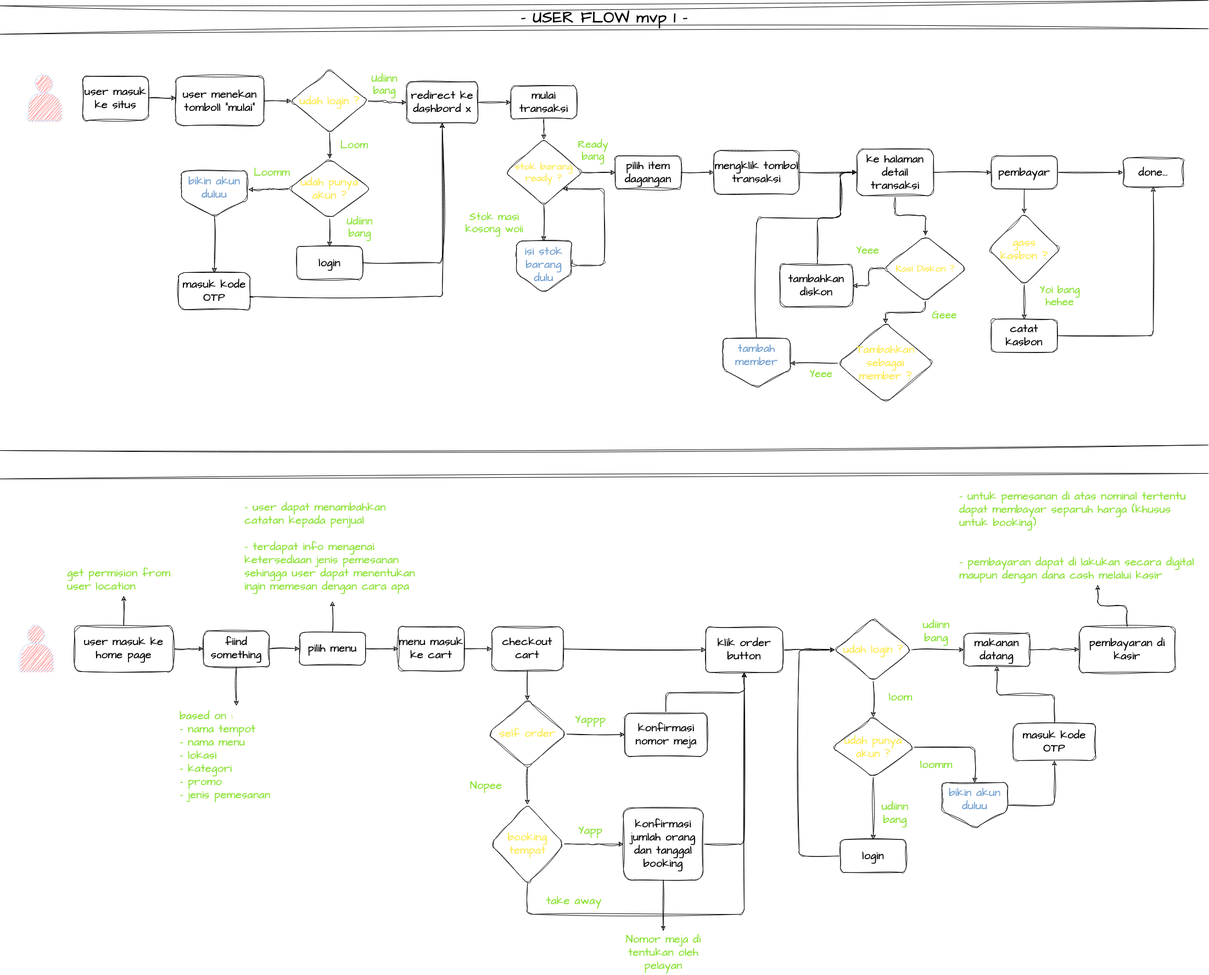
Before: Untitled Diagram.drawio.png, a diagram exported from draw.io (Petrichor-Dev/mypos). Source tidied: cells renumbered, new cells last; positions are measured from the earlier drawing's top-left corner, leaving out a move shared by most shapes.
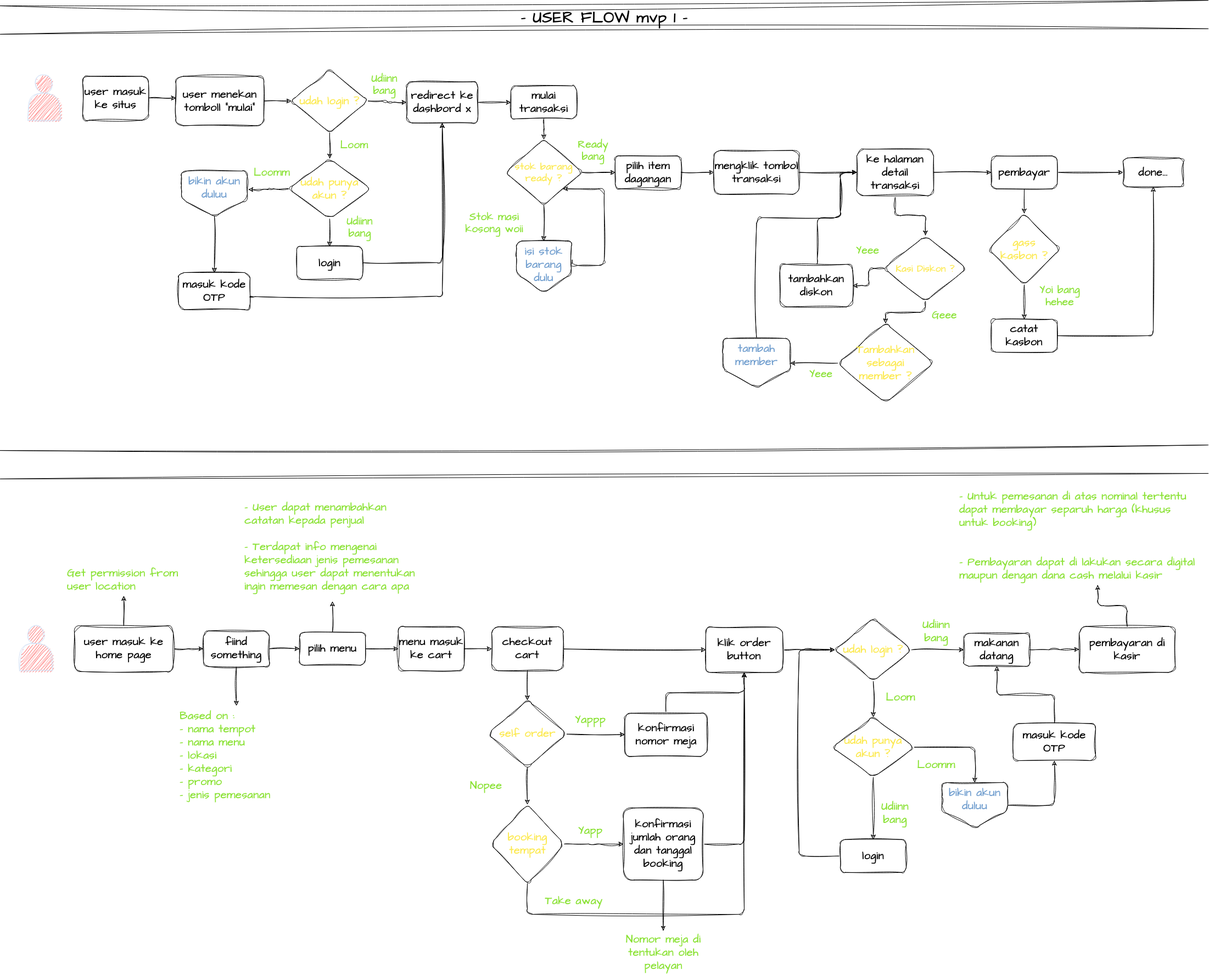
After the change.

The edit, as a diff of the source:
```diff
@@ -286,16 +286,16 @@
     <mxCell id="84" value="&lt;font color=&quot;#fce94f&quot;&gt;udah login ?&lt;/font&gt;" style="rhombus;whiteSpace=wrap;html=1;fontSize=20;fontFamily=Architects Daughter;rounded=1;sketch=1;curveFitting=1;jiggle=2;hachureGap=4;fontSource=https%3A%2F%2Ffonts.googleapis.com%2Fcss%3Ffamily%3DArchitects%2BDaughter;labelBackgroundColor=none;fontStyle=1;" parent="1" vertex="1">
       <mxGeometry x="1520" y="1099.6" width="140" height="115" as="geometry" />
     </mxCell>
-    <mxCell id="85" value="&lt;font style=&quot;font-size: 20px;&quot; color=&quot;#8ae234&quot;&gt;udiinn bang&lt;/font&gt;" style="text;strokeColor=none;align=center;fillColor=none;html=1;verticalAlign=middle;whiteSpace=wrap;rounded=0;sketch=1;hachureGap=4;jiggle=2;curveFitting=1;fontFamily=Architects Daughter;fontSource=https%3A%2F%2Ffonts.googleapis.com%2Fcss%3Ffamily%3DArchitects%2BDaughter;fontSize=19;labelBackgroundColor=none;fontStyle=1;" parent="1" vertex="1">
+    <mxCell id="85" value="&lt;font style=&quot;font-size: 20px;&quot; color=&quot;#8ae234&quot;&gt;Udiinn bang&lt;/font&gt;" style="text;strokeColor=none;align=center;fillColor=none;html=1;verticalAlign=middle;whiteSpace=wrap;rounded=0;sketch=1;hachureGap=4;jiggle=2;curveFitting=1;fontFamily=Architects Daughter;fontSource=https%3A%2F%2Ffonts.googleapis.com%2Fcss%3Ffamily%3DArchitects%2BDaughter;fontSize=19;labelBackgroundColor=none;fontStyle=1;" parent="1" vertex="1">
       <mxGeometry x="1585" y="1440.2" width="90" height="30" as="geometry" />
     </mxCell>
-    <mxCell id="86" value="&lt;font style=&quot;font-size: 20px;&quot; color=&quot;#8ae234&quot;&gt;udiinn bang&lt;/font&gt;" style="text;strokeColor=none;align=center;fillColor=none;html=1;verticalAlign=middle;whiteSpace=wrap;rounded=0;sketch=1;hachureGap=4;jiggle=2;curveFitting=1;fontFamily=Architects Daughter;fontSource=https%3A%2F%2Ffonts.googleapis.com%2Fcss%3Ffamily%3DArchitects%2BDaughter;fontSize=19;labelBackgroundColor=none;fontStyle=1;" parent="1" vertex="1">
+    <mxCell id="86" value="&lt;font style=&quot;font-size: 20px;&quot; color=&quot;#8ae234&quot;&gt;Udiinn bang&lt;/font&gt;" style="text;strokeColor=none;align=center;fillColor=none;html=1;verticalAlign=middle;whiteSpace=wrap;rounded=0;sketch=1;hachureGap=4;jiggle=2;curveFitting=1;fontFamily=Architects Daughter;fontSource=https%3A%2F%2Ffonts.googleapis.com%2Fcss%3Ffamily%3DArchitects%2BDaughter;fontSize=19;labelBackgroundColor=none;fontStyle=1;" parent="1" vertex="1">
       <mxGeometry x="1675" y="1109" width="60" height="30" as="geometry" />
     </mxCell>
-    <mxCell id="87" value="&lt;font style=&quot;font-size: 20px;&quot; color=&quot;#8ae234&quot;&gt;loomm&lt;/font&gt;" style="text;strokeColor=none;align=center;fillColor=none;html=1;verticalAlign=middle;whiteSpace=wrap;rounded=0;sketch=1;hachureGap=4;jiggle=2;curveFitting=1;fontFamily=Architects Daughter;fontSource=https%3A%2F%2Ffonts.googleapis.com%2Fcss%3Ffamily%3DArchitects%2BDaughter;fontSize=19;labelBackgroundColor=none;fontStyle=1;" parent="1" vertex="1">
+    <mxCell id="87" value="&lt;font style=&quot;font-size: 20px;&quot; color=&quot;#8ae234&quot;&gt;Loomm&lt;/font&gt;" style="text;strokeColor=none;align=center;fillColor=none;html=1;verticalAlign=middle;whiteSpace=wrap;rounded=0;sketch=1;hachureGap=4;jiggle=2;curveFitting=1;fontFamily=Architects Daughter;fontSource=https%3A%2F%2Ffonts.googleapis.com%2Fcss%3Ffamily%3DArchitects%2BDaughter;fontSize=19;labelBackgroundColor=none;fontStyle=1;" parent="1" vertex="1">
       <mxGeometry x="1675" y="1351.5" width="60" height="30" as="geometry" />
     </mxCell>
-    <mxCell id="88" value="&lt;font style=&quot;font-size: 20px;&quot; color=&quot;#8ae234&quot;&gt;loom&lt;/font&gt;" style="text;strokeColor=none;align=center;fillColor=none;html=1;verticalAlign=middle;whiteSpace=wrap;rounded=0;sketch=1;hachureGap=4;jiggle=2;curveFitting=1;fontFamily=Architects Daughter;fontSource=https%3A%2F%2Ffonts.googleapis.com%2Fcss%3Ffamily%3DArchitects%2BDaughter;fontSize=19;labelBackgroundColor=none;fontStyle=1;" parent="1" vertex="1">
+    <mxCell id="88" value="&lt;font style=&quot;font-size: 20px;&quot; color=&quot;#8ae234&quot;&gt;Loom&lt;/font&gt;" style="text;strokeColor=none;align=center;fillColor=none;html=1;verticalAlign=middle;whiteSpace=wrap;rounded=0;sketch=1;hachureGap=4;jiggle=2;curveFitting=1;fontFamily=Architects Daughter;fontSource=https%3A%2F%2Ffonts.googleapis.com%2Fcss%3Ffamily%3DArchitects%2BDaughter;fontSize=19;labelBackgroundColor=none;fontStyle=1;" parent="1" vertex="1">
       <mxGeometry x="1610" y="1229" width="60" height="30" as="geometry" />
     </mxCell>
     <mxCell id="89" style="edgeStyle=orthogonalEdgeStyle;rounded=1;sketch=1;hachureGap=4;jiggle=2;curveFitting=1;jettySize=auto;html=1;labelBorderColor=#c17d11;fontFamily=Architects Daughter;fontSource=https%3A%2F%2Ffonts.googleapis.com%2Fcss%3Ffamily%3DArchitects%2BDaughter;fontSize=16;fontColor=#8ae234;entryX=0.5;entryY=1;entryDx=0;entryDy=0;" parent="1" edge="1" source="90" target="124">
@@ -332,7 +332,7 @@
     <mxCell id="97" value="login" style="whiteSpace=wrap;html=1;fontSize=20;fontFamily=Architects Daughter;rounded=1;sketch=1;curveFitting=1;jiggle=2;hachureGap=4;fontSource=https%3A%2F%2Ffonts.googleapis.com%2Fcss%3Ffamily%3DArchitects%2BDaughter;labelBackgroundColor=none;fontStyle=1;" parent="1" vertex="1">
       <mxGeometry x="1530" y="1502.8" width="120" height="60" as="geometry" />
     </mxCell>
-    <mxCell id="98" value="&lt;div&gt;&lt;font color=&quot;#8ae234&quot;&gt;&lt;span&gt;based on :&lt;/span&gt;&lt;/font&gt;&lt;/div&gt;&lt;font color=&quot;#8ae234&quot;&gt;- nama tempot&lt;br&gt;- nama menu&lt;br&gt;&lt;/font&gt;&lt;div&gt;&lt;font color=&quot;#8ae234&quot;&gt;- lokasi&lt;/font&gt;&lt;/div&gt;&lt;div&gt;&lt;font color=&quot;#8ae234&quot;&gt;- kategori&lt;/font&gt;&lt;/div&gt;&lt;div&gt;&lt;font color=&quot;#8ae234&quot;&gt;- promo&lt;/font&gt;&lt;/div&gt;&lt;div&gt;&lt;font color=&quot;#8ae234&quot;&gt;- jenis pemesanan&lt;br&gt;&lt;/font&gt;&lt;/div&gt;" style="text;strokeColor=none;align=left;fillColor=none;html=1;verticalAlign=top;whiteSpace=wrap;rounded=0;sketch=1;hachureGap=4;jiggle=2;curveFitting=1;fontFamily=Architects Daughter;fontSource=https%3A%2F%2Ffonts.googleapis.com%2Fcss%3Ffamily%3DArchitects%2BDaughter;fontSize=20;horizontal=1;fontStyle=1;" parent="1" vertex="1">
+    <mxCell id="98" value="&lt;div&gt;&lt;font color=&quot;#8ae234&quot;&gt;&lt;span&gt;Based on :&lt;/span&gt;&lt;/font&gt;&lt;/div&gt;&lt;font color=&quot;#8ae234&quot;&gt;- nama tempot&lt;br&gt;- nama menu&lt;br&gt;&lt;/font&gt;&lt;div&gt;&lt;font color=&quot;#8ae234&quot;&gt;- lokasi&lt;/font&gt;&lt;/div&gt;&lt;div&gt;&lt;font color=&quot;#8ae234&quot;&gt;- kategori&lt;/font&gt;&lt;/div&gt;&lt;div&gt;&lt;font color=&quot;#8ae234&quot;&gt;- promo&lt;/font&gt;&lt;/div&gt;&lt;div&gt;&lt;font color=&quot;#8ae234&quot;&gt;- jenis pemesanan&lt;br&gt;&lt;/font&gt;&lt;/div&gt;" style="text;strokeColor=none;align=left;fillColor=none;html=1;verticalAlign=top;whiteSpace=wrap;rounded=0;sketch=1;hachureGap=4;jiggle=2;curveFitting=1;fontFamily=Architects Daughter;fontSource=https%3A%2F%2Ffonts.googleapis.com%2Fcss%3Ffamily%3DArchitects%2BDaughter;fontSize=20;horizontal=1;fontStyle=1;" parent="1" vertex="1">
       <mxGeometry x="325" y="1259" width="210" height="193.8" as="geometry" />
     </mxCell>
     <mxCell id="99" style="edgeStyle=orthogonalEdgeStyle;rounded=1;sketch=1;hachureGap=4;jiggle=2;curveFitting=1;jettySize=auto;html=1;labelBorderColor=#c17d11;fontFamily=Architects Daughter;fontSource=https%3A%2F%2Ffonts.googleapis.com%2Fcss%3Ffamily%3DArchitects%2BDaughter;fontSize=16;fontColor=#8ae234;" parent="1" edge="1" source="100" target="84">
@@ -356,16 +356,16 @@
     <mxCell id="105" value="konfirmasi nomor meja" style="whiteSpace=wrap;html=1;fontSize=20;fontFamily=Architects Daughter;rounded=1;sketch=1;curveFitting=1;jiggle=2;hachureGap=4;fontSource=https%3A%2F%2Ffonts.googleapis.com%2Fcss%3Ffamily%3DArchitects%2BDaughter;labelBackgroundColor=none;fontStyle=1;" parent="1" vertex="1">
       <mxGeometry x="1137.5" y="1272.8" width="150" height="78.8" as="geometry" />
     </mxCell>
-    <mxCell id="106" value="&lt;font color=&quot;#8ae234&quot;&gt;get permision from user location&lt;/font&gt;" style="text;strokeColor=none;align=left;fillColor=none;html=1;verticalAlign=top;whiteSpace=wrap;rounded=0;sketch=1;hachureGap=4;jiggle=2;curveFitting=1;fontFamily=Architects Daughter;fontSource=https%3A%2F%2Ffonts.googleapis.com%2Fcss%3Ffamily%3DArchitects%2BDaughter;fontSize=20;horizontal=1;fontStyle=1;" parent="1" vertex="1">
+    <mxCell id="106" value="&lt;font color=&quot;#8ae234&quot;&gt;Get permission from user location&lt;/font&gt;" style="text;strokeColor=none;align=left;fillColor=none;html=1;verticalAlign=top;whiteSpace=wrap;rounded=0;sketch=1;hachureGap=4;jiggle=2;curveFitting=1;fontFamily=Architects Daughter;fontSource=https%3A%2F%2Ffonts.googleapis.com%2Fcss%3Ffamily%3DArchitects%2BDaughter;fontSize=20;horizontal=1;fontStyle=1;" parent="1" vertex="1">
       <mxGeometry x="120" y="999" width="210" height="60" as="geometry" />
     </mxCell>
     <mxCell id="107" style="shape=actor;whiteSpace=wrap;html=1;sketch=1;hachureGap=4;jiggle=2;curveFitting=1;fontFamily=Architects Daughter;fontSource=https%3A%2F%2Ffonts.googleapis.com%2Fcss%3Ffamily%3DArchitects%2BDaughter;fontSize=20;labelBackgroundColor=none;rounded=1;fillColor=#FF3333;fontStyle=1;strokeColor=#D4E1F5;" parent="1" vertex="1">
       <mxGeometry x="35" y="1112.8" width="60" height="82.5" as="geometry" />
     </mxCell>
-    <mxCell id="108" value="&lt;div&gt;&lt;font color=&quot;#8ae234&quot;&gt;- user dapat menambahkan catatan kepada penjual&lt;/font&gt;&lt;/div&gt;&lt;div&gt;&lt;font color=&quot;#8ae234&quot;&gt;&lt;br&gt;&lt;/font&gt;&lt;/div&gt;&lt;font color=&quot;#8ae234&quot;&gt;- terdapat info mengenai ketersediaan jenis pemesanan sehingga user dapat menentukan ingin memesan dengan cara apa&lt;/font&gt;" style="text;strokeColor=none;align=left;fillColor=none;html=1;verticalAlign=top;whiteSpace=wrap;rounded=0;sketch=1;hachureGap=4;jiggle=2;curveFitting=1;fontFamily=Architects Daughter;fontSource=https%3A%2F%2Ffonts.googleapis.com%2Fcss%3Ffamily%3DArchitects%2BDaughter;fontSize=20;horizontal=1;fontStyle=1;" parent="1" vertex="1">
+    <mxCell id="108" value="&lt;div&gt;&lt;font color=&quot;#8ae234&quot;&gt;- User dapat menambahkan catatan kepada penjual&lt;/font&gt;&lt;/div&gt;&lt;div&gt;&lt;font color=&quot;#8ae234&quot;&gt;&lt;br&gt;&lt;/font&gt;&lt;/div&gt;&lt;font color=&quot;#8ae234&quot;&gt;- Terdapat info mengenai ketersediaan jenis pemesanan sehingga user dapat menentukan ingin memesan dengan cara apa&lt;/font&gt;" style="text;strokeColor=none;align=left;fillColor=none;html=1;verticalAlign=top;whiteSpace=wrap;rounded=0;sketch=1;hachureGap=4;jiggle=2;curveFitting=1;fontFamily=Architects Daughter;fontSource=https%3A%2F%2Ffonts.googleapis.com%2Fcss%3Ffamily%3DArchitects%2BDaughter;fontSize=20;horizontal=1;fontStyle=1;" parent="1" vertex="1">
       <mxGeometry x="442.5" y="879" width="325" height="190" as="geometry" />
     </mxCell>
-    <mxCell id="109" value="&lt;div&gt;&lt;font color=&quot;#8ae234&quot;&gt;- untuk pemesanan di atas nominal tertentu dapat membayar separuh harga (khusus untuk booking)&lt;br&gt;&lt;/font&gt;&lt;/div&gt;&lt;div&gt;&lt;font color=&quot;#8ae234&quot;&gt;&lt;br&gt;&lt;/font&gt;&lt;/div&gt;&lt;div&gt;&lt;font color=&quot;#8ae234&quot;&gt;&lt;br&gt;&lt;/font&gt;&lt;/div&gt;&lt;font color=&quot;#8ae234&quot;&gt;- pembayaran dapat di lakukan secara digital maupun dengan dana cash melalui kasir &lt;/font&gt;" style="text;strokeColor=none;align=left;fillColor=none;html=1;verticalAlign=top;whiteSpace=wrap;rounded=0;sketch=1;hachureGap=4;jiggle=2;curveFitting=1;fontFamily=Architects Daughter;fontSource=https%3A%2F%2Ffonts.googleapis.com%2Fcss%3Ffamily%3DArchitects%2BDaughter;fontSize=20;horizontal=1;fontStyle=1;" parent="1" vertex="1">
+    <mxCell id="109" value="&lt;div&gt;&lt;font color=&quot;#8ae234&quot;&gt;- Untuk pemesanan di atas nominal tertentu dapat membayar separuh harga (khusus untuk booking)&lt;br&gt;&lt;/font&gt;&lt;/div&gt;&lt;div&gt;&lt;font color=&quot;#8ae234&quot;&gt;&lt;br&gt;&lt;/font&gt;&lt;/div&gt;&lt;div&gt;&lt;font color=&quot;#8ae234&quot;&gt;&lt;br&gt;&lt;/font&gt;&lt;/div&gt;&lt;font color=&quot;#8ae234&quot;&gt;- Pembayaran dapat di lakukan secara digital maupun dengan dana cash melalui kasir &lt;/font&gt;" style="text;strokeColor=none;align=left;fillColor=none;html=1;verticalAlign=top;whiteSpace=wrap;rounded=0;sketch=1;hachureGap=4;jiggle=2;curveFitting=1;fontFamily=Architects Daughter;fontSource=https%3A%2F%2Ffonts.googleapis.com%2Fcss%3Ffamily%3DArchitects%2BDaughter;fontSize=20;horizontal=1;fontStyle=1;" parent="1" vertex="1">
       <mxGeometry x="1745" y="859" width="447.5" height="180" as="geometry" />
     </mxCell>
     <mxCell id="110" style="edgeStyle=orthogonalEdgeStyle;rounded=1;sketch=1;hachureGap=4;jiggle=2;curveFitting=1;jettySize=auto;html=1;labelBorderColor=#c17d11;fontFamily=Architects Daughter;fontSource=https%3A%2F%2Ffonts.googleapis.com%2Fcss%3Ffamily%3DArchitects%2BDaughter;fontSize=16;fontColor=#8ae234;fontStyle=1;" parent="1" edge="1" source="112" target="115">
@@ -391,7 +391,7 @@
     <mxCell id="115" value="konfirmasi jumlah orang dan tanggal booking" style="whiteSpace=wrap;html=1;fontSize=20;fontFamily=Architects Daughter;rounded=1;sketch=1;curveFitting=1;jiggle=2;hachureGap=4;fontSource=https%3A%2F%2Ffonts.googleapis.com%2Fcss%3Ffamily%3DArchitects%2BDaughter;labelBackgroundColor=none;fontStyle=1;" parent="1" vertex="1">
       <mxGeometry x="1135" y="1445.2" width="145" height="131.2" as="geometry" />
     </mxCell>
-    <mxCell id="116" value="&lt;font style=&quot;font-size: 20px;&quot; color=&quot;#8ae234&quot;&gt;take away&lt;/font&gt;" style="text;strokeColor=none;align=center;fillColor=none;html=1;verticalAlign=middle;whiteSpace=wrap;rounded=0;sketch=1;hachureGap=4;jiggle=2;curveFitting=1;fontFamily=Architects Daughter;fontSource=https%3A%2F%2Ffonts.googleapis.com%2Fcss%3Ffamily%3DArchitects%2BDaughter;fontSize=19;labelBackgroundColor=none;fontStyle=1;" parent="1" vertex="1">
+    <mxCell id="116" value="&lt;font style=&quot;font-size: 20px;&quot; color=&quot;#8ae234&quot;&gt;Take away&lt;/font&gt;" style="text;strokeColor=none;align=center;fillColor=none;html=1;verticalAlign=middle;whiteSpace=wrap;rounded=0;sketch=1;hachureGap=4;jiggle=2;curveFitting=1;fontFamily=Architects Daughter;fontSource=https%3A%2F%2Ffonts.googleapis.com%2Fcss%3Ffamily%3DArchitects%2BDaughter;fontSize=19;labelBackgroundColor=none;fontStyle=1;" parent="1" vertex="1">
       <mxGeometry x="985" y="1599" width="120" height="32.5" as="geometry" />
     </mxCell>
     <mxCell id="117" value="&lt;font style=&quot;font-size: 20px;&quot; color=&quot;#8ae234&quot;&gt;Yapp&lt;/font&gt;" style="text;strokeColor=none;align=center;fillColor=none;html=1;verticalAlign=middle;whiteSpace=wrap;rounded=0;sketch=1;hachureGap=4;jiggle=2;curveFitting=1;fontFamily=Architects Daughter;fontSource=https%3A%2F%2Ffonts.googleapis.com%2Fcss%3Ffamily%3DArchitects%2BDaughter;fontSize=19;labelBackgroundColor=none;fontStyle=1;" parent="1" vertex="1">
```
